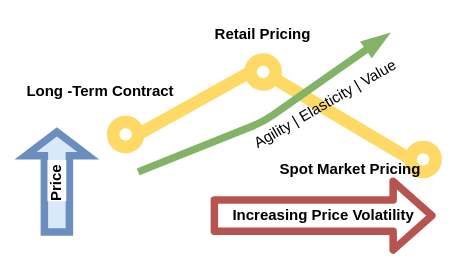
This is Cloud_pricing.drawio from miranda-zhang/draw.io, a draw.io file, before an edit. Source tidied: cells renumbered, new cells numbered last; positions are measured from the earlier drawing's top-left corner, leaving out a move shared by most shapes. Both pictures are drawn from the tidied source at 125%, with x=0, y=0 at pixel (25, 21).
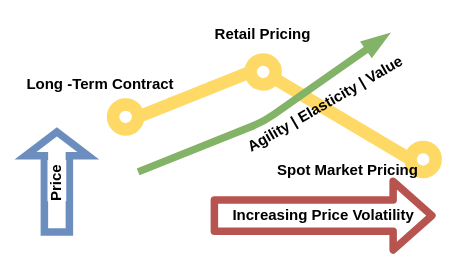
The same page after the edit.

Diff of the diagram source:
```diff
@@
     <mxCell id="6" style="ellipse;whiteSpace=wrap;html=1;fontSize=12;rounded=1;strokeColor=#FFD966;strokeWidth=10;labelBackgroundColor=#ffffff;spacing=0;endArrow=none;fontStyle=1;" parent="1" vertex="1">
-      <mxGeometry x="70" y="80" width="20" height="20" as="geometry" />
+      <mxGeometry x="70" y="66" width="20" height="20" as="geometry" />
     </mxCell>
@@
-    <mxCell id="8" value="Agility | Elasticity | Value" style="text;html=1;strokeColor=none;fillColor=none;align=center;verticalAlign=middle;whiteSpace=wrap;rounded=0;fontSize=12;rotation=-30;" parent="1" vertex="1">
+    <mxCell id="8" value="Agility | Elasticity | Value" style="text;html=1;strokeColor=none;fillColor=none;align=center;verticalAlign=middle;whiteSpace=wrap;rounded=0;fontSize=12;rotation=-30;fontStyle=1;" parent="1" vertex="1">
       <mxGeometry x="165" y="56" width="150" height="20" as="geometry" />
     </mxCell>
     <mxCell id="9" value="Long -Term Contract" style="text;html=1;strokeColor=none;fillColor=none;align=center;verticalAlign=middle;whiteSpace=wrap;rounded=0;fontSize=12;fontStyle=1;" parent="1" vertex="1">
-      <mxGeometry y="46" width="120" height="20" as="geometry" />
+      <mxGeometry y="40" width="120" height="20" as="geometry" />
     </mxCell>
-    <mxCell id="10" style="group;" parent="1" vertex="1">
+    <mxCell id="10" style="group;fontStyle=1;" parent="1" vertex="1">
       <mxGeometry y="88" width="328" height="80" as="geometry" />
     </mxCell>
-    <mxCell id="11" value="Price&amp;nbsp;" style="html=1;align=center;verticalAlign=middle;shape=mxgraph.arrows2.arrow;dy=0.6;dx=19;direction=north;notch=0;flipV=0;horizontal=0;fontSize=12;fontStyle=1;rounded=1;labelBackgroundColor=#ffffff;endArrow=classic;endSize=8.33;strokeColor=#6c8ebf;strokeWidth=6;fillColor=#dae8fc;" parent="10" vertex="1">
+    <mxCell id="11" value="Price&amp;nbsp;" style="html=1;align=center;verticalAlign=middle;shape=mxgraph.arrows2.arrow;dy=0.6;dx=19;direction=north;notch=0;flipV=0;horizontal=0;fontSize=12;fontStyle=1;rounded=1;labelBackgroundColor=#ffffff;endArrow=classic;endSize=8.33;strokeColor=#6c8ebf;strokeWidth=6;fillColor=#FFFFFF;" parent="10" vertex="1">
       <mxGeometry width="50" height="80" as="geometry" />
     </mxCell>
@@
-    <mxCell id="13" style="group;" parent="1" vertex="1">
+    <mxCell id="13" style="group;fontStyle=1;" parent="1" vertex="1">
       <mxGeometry x="140" width="100" height="70" as="geometry" />
     </mxCell>
@@
-    <mxCell id="15" style="endArrow=blockThin;html=1;strokeColor=#82b366;strokeWidth=6;fillColor=#d5e8d4;fontSize=12;endFill=1;" parent="13" edge="1">
+    <mxCell id="15" style="endArrow=blockThin;html=1;strokeColor=#82b366;strokeWidth=6;fillColor=#d5e8d4;fontSize=12;endFill=1;fontStyle=1;" parent="13" edge="1">
       <mxGeometry relative="1" as="geometry">
         <mxPoint x="-50" y="120" as="sourcePoint" />
         <mxPoint x="150" y="10" as="targetPoint" />
         <Array as="points">
           <mxPoint x="50" y="80" />
         </Array>
       </mxGeometry>
     </mxCell>
     <mxCell id="16" value="Spot Market Pricing" style="text;html=1;strokeColor=none;fillColor=none;align=center;verticalAlign=middle;whiteSpace=wrap;rounded=0;fontSize=12;fontStyle=1;" parent="1" vertex="1">
-      <mxGeometry x="200" y="106" width="120" height="24" as="geometry" />
+      <mxGeometry x="198" y="107" width="120" height="24" as="geometry" />
     </mxCell>
```
